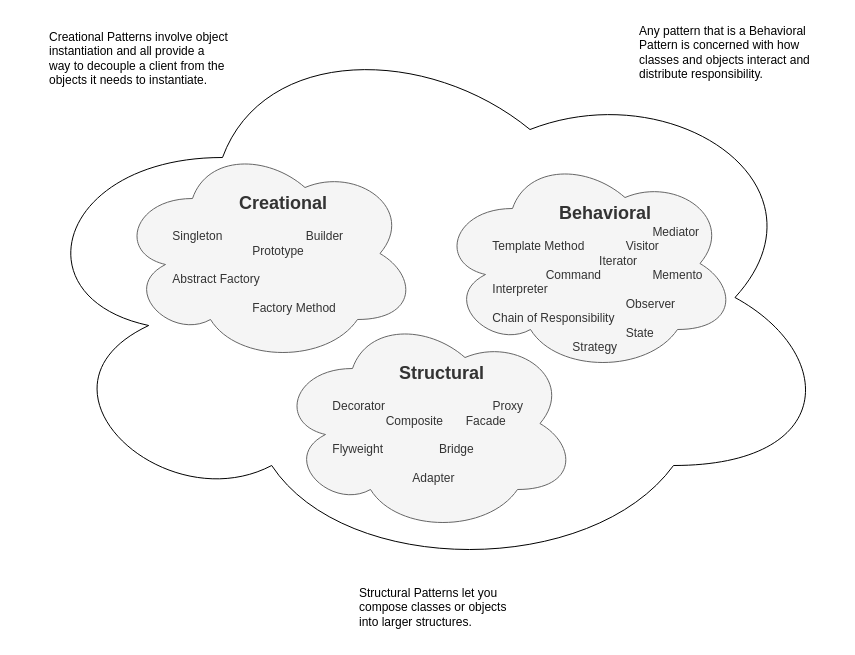
The draw.io diagram head-first-design-patterns/diagrams/00_01_design_pattern_category.drawio in huyurt/book-summary, before the edit. Source tidied: cells renumbered, new cells numbered last; positions are measured from the earlier drawing's top-left corner, leaving out a move shared by most shapes. Both pictures are drawn from the tidied source at 100%, with x=0, y=0 at pixel (17, 17).
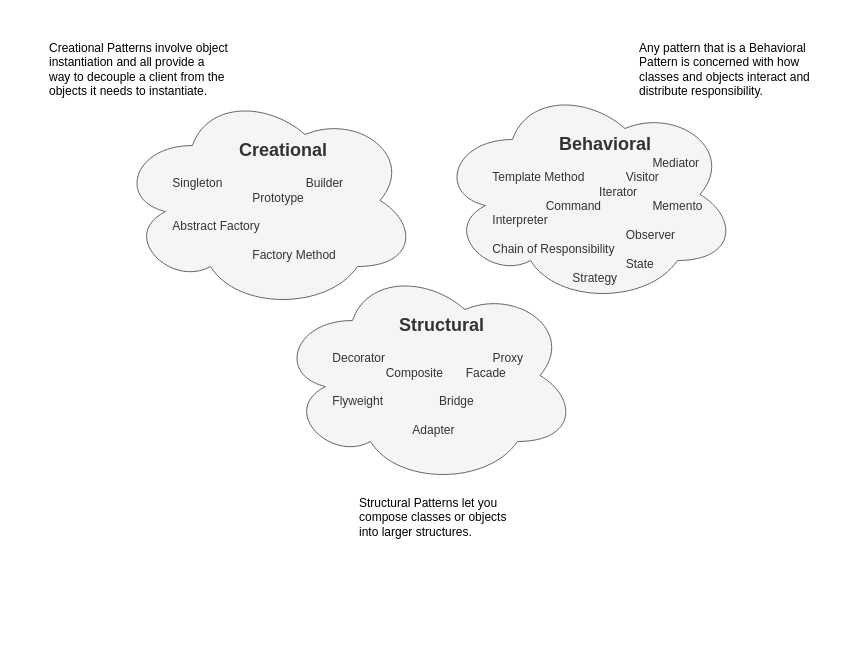
The same page after the edit.

What changed in the source:
```diff
@@
 <mxGraphModel>
   <root>
     <mxCell id="0" />
     <mxCell id="1" parent="0" />
-    <mxCell id="2" style="ellipse;shape=cloud;whiteSpace=wrap;html=1;fontSize=12;" parent="1" vertex="1">
-      <mxGeometry width="820" height="560" as="geometry" />
-    </mxCell>
     <mxCell id="3" value="&lt;br&gt;&lt;br&gt;&lt;br&gt;&lt;font style=&quot;&quot;&gt;&lt;b style=&quot;&quot;&gt;&lt;font style=&quot;font-size: 18px;&quot;&gt;&lt;span style=&quot;white-space: pre;&quot;&gt;&#9;&lt;/span&gt;&lt;span style=&quot;white-space: pre;&quot;&gt;&#9;&lt;/span&gt;&lt;span style=&quot;white-space: pre;&quot;&gt;&#9;&lt;/span&gt;Creational&lt;/font&gt;&lt;/b&gt;&lt;br&gt;&lt;br&gt;&lt;div style=&quot;&quot;&gt;&lt;span style=&quot;white-space: pre;&quot;&gt;&#9;&lt;/span&gt;&lt;span style=&quot;white-space: pre;&quot;&gt;&#9;&lt;/span&gt;Singleton&lt;span style=&quot;white-space: pre;&quot;&gt;&#9;&lt;/span&gt;&lt;span style=&quot;white-space: pre;&quot;&gt;&#9;&lt;/span&gt;&lt;span style=&quot;white-space: pre;&quot;&gt;&#9;&lt;/span&gt;&lt;span style=&quot;white-space: pre;&quot;&gt;&#9;&lt;/span&gt;Builder&lt;br&gt;&lt;/div&gt;&lt;div style=&quot;&quot;&gt;&lt;span style=&quot;white-space: pre;&quot;&gt;&#9;&lt;/span&gt;&lt;span style=&quot;white-space: pre;&quot;&gt;&#9;&lt;/span&gt;&lt;span style=&quot;white-space: pre;&quot;&gt;&#9;&lt;/span&gt;&lt;span style=&quot;white-space: pre;&quot;&gt;&#9;&lt;/span&gt;&lt;span style=&quot;white-space: pre;&quot;&gt;&#9;&lt;/span&gt;Prototype&lt;br&gt;&lt;/div&gt;&lt;div style=&quot;&quot;&gt;&lt;br&gt;&lt;/div&gt;&lt;div style=&quot;&quot;&gt;&lt;span style=&quot;white-space: pre;&quot;&gt;&#9;&lt;/span&gt;&lt;span style=&quot;white-space: pre;&quot;&gt;&#9;&lt;/span&gt;Abstract Factory&lt;br&gt;&lt;/div&gt;&lt;div style=&quot;&quot;&gt;&lt;br&gt;&lt;/div&gt;&lt;div style=&quot;&quot;&gt;&lt;span style=&quot;white-space: pre;&quot;&gt;&#9;&lt;/span&gt;&lt;span style=&quot;white-space: pre;&quot;&gt;&#9;&lt;/span&gt;&lt;span style=&quot;white-space: pre;&quot;&gt;&#9;&lt;/span&gt;&lt;span style=&quot;white-space: pre;&quot;&gt;&#9;&lt;/span&gt;&lt;span style=&quot;white-space: pre;&quot;&gt;&#9;&lt;/span&gt;Factory Method&lt;br&gt;&lt;/div&gt;&lt;/font&gt;" style="ellipse;shape=cloud;whiteSpace=wrap;html=1;fillColor=#f5f5f5;fontColor=#333333;strokeColor=#666666;verticalAlign=top;align=left;" parent="1" vertex="1">
-      <mxGeometry x="100" y="126" width="300" height="220" as="geometry" />
+      <mxGeometry x="100" y="73" width="300" height="220" as="geometry" />
     </mxCell>
     <mxCell id="4" value="&lt;br&gt;&lt;br&gt;&lt;br&gt;&lt;font style=&quot;&quot;&gt;&lt;b style=&quot;&quot;&gt;&lt;font style=&quot;font-size: 18px;&quot;&gt;&lt;span style=&quot;white-space: pre;&quot;&gt;&#9;&lt;/span&gt;&lt;span style=&quot;white-space: pre;&quot;&gt;&#9;&lt;/span&gt;&lt;span style=&quot;white-space: pre;&quot;&gt;&#9;&lt;/span&gt;Behavioral&lt;/font&gt;&lt;/b&gt;&lt;br&gt;&lt;span style=&quot;white-space: pre;&quot;&gt;&#9;&lt;/span&gt;&lt;span style=&quot;white-space: pre;&quot;&gt;&#9;&lt;/span&gt;&lt;span style=&quot;white-space: pre;&quot;&gt;&#9;&lt;/span&gt;&lt;span style=&quot;white-space: pre;&quot;&gt;&#9;&lt;/span&gt;&lt;span style=&quot;white-space: pre;&quot;&gt;&#9;&lt;/span&gt;&lt;span style=&quot;white-space: pre;&quot;&gt;&#9;&lt;/span&gt;&lt;span style=&quot;white-space: pre;&quot;&gt;&#9;&lt;/span&gt;&lt;span style=&quot;white-space: pre;&quot;&gt;&#9;&lt;/span&gt;Mediator&lt;br&gt;&lt;div style=&quot;&quot;&gt;&lt;span style=&quot;white-space: pre;&quot;&gt;&#9;&lt;/span&gt;&lt;span style=&quot;white-space: pre;&quot;&gt;&#9;&lt;/span&gt;Template Method&lt;span style=&quot;white-space: pre;&quot;&gt;&#9;&lt;/span&gt;&lt;span style=&quot;white-space: pre;&quot;&gt;&#9;&lt;/span&gt;Visitor&lt;br&gt;&lt;/div&gt;&lt;div style=&quot;&quot;&gt;&lt;span style=&quot;white-space: pre;&quot;&gt;&#9;&lt;/span&gt;&lt;span style=&quot;white-space: pre;&quot;&gt;&#9;&lt;/span&gt;&lt;span style=&quot;white-space: pre;&quot;&gt;&#9;&lt;/span&gt;&lt;span style=&quot;white-space: pre;&quot;&gt;&#9;&lt;/span&gt;&lt;span style=&quot;white-space: pre;&quot;&gt;&#9;&lt;span style=&quot;white-space: pre;&quot;&gt;&#9;&lt;/span&gt;I&lt;/span&gt;terator&lt;br&gt;&lt;/div&gt;&lt;div style=&quot;&quot;&gt;&lt;span style=&quot;white-space: pre;&quot;&gt;&#9;&lt;/span&gt;&lt;span style=&quot;white-space: pre;&quot;&gt;&#9;&lt;/span&gt;&lt;span style=&quot;white-space: pre;&quot;&gt;&#9;&lt;/span&gt;&lt;span style=&quot;white-space: pre;&quot;&gt;&#9;&lt;/span&gt;Command&lt;span style=&quot;white-space: pre;&quot;&gt;&#9;&lt;/span&gt;&lt;span style=&quot;white-space: pre;&quot;&gt;&#9;&lt;/span&gt;Memento&lt;br&gt;&lt;/div&gt;&lt;div style=&quot;&quot;&gt;&lt;span style=&quot;white-space: pre;&quot;&gt;&#9;&lt;/span&gt;&lt;span style=&quot;white-space: pre;&quot;&gt;&#9;&lt;/span&gt;Interpreter&lt;br&gt;&lt;/div&gt;&lt;div style=&quot;&quot;&gt;&lt;span style=&quot;white-space: pre;&quot;&gt;&#9;&lt;/span&gt;&lt;span style=&quot;white-space: pre;&quot;&gt;&#9;&lt;/span&gt;&lt;span style=&quot;white-space: pre;&quot;&gt;&#9;&lt;/span&gt;&lt;span style=&quot;white-space: pre;&quot;&gt;&#9;&lt;/span&gt;&lt;span style=&quot;white-space: pre;&quot;&gt;&#9;&lt;/span&gt;&lt;span style=&quot;white-space: pre;&quot;&gt;&#9;&lt;/span&gt;&lt;span style=&quot;white-space: pre;&quot;&gt;&#9;&lt;/span&gt;Observer&lt;br&gt;&lt;/div&gt;&lt;div style=&quot;&quot;&gt;&lt;span style=&quot;white-space: pre;&quot;&gt;&#9;&lt;/span&gt;&lt;span style=&quot;white-space: pre;&quot;&gt;&#9;&lt;/span&gt;Chain of Responsibility&lt;br&gt;&lt;/div&gt;&lt;div style=&quot;&quot;&gt;&lt;span style=&quot;white-space: pre;&quot;&gt;&#9;&lt;/span&gt;&lt;span style=&quot;white-space: pre;&quot;&gt;&#9;&lt;/span&gt;&lt;span style=&quot;white-space: pre;&quot;&gt;&#9;&lt;/span&gt;&lt;span style=&quot;white-space: pre;&quot;&gt;&#9;&lt;/span&gt;&lt;span style=&quot;white-space: pre;&quot;&gt;&#9;&lt;/span&gt;&lt;span style=&quot;white-space: pre;&quot;&gt;&#9;&lt;/span&gt;&lt;span style=&quot;white-space: pre;&quot;&gt;&#9;&lt;/span&gt;State&lt;br&gt;&lt;/div&gt;&lt;div style=&quot;&quot;&gt;&lt;span style=&quot;white-space: pre;&quot;&gt;&#9;&lt;/span&gt;&lt;span style=&quot;white-space: pre;&quot;&gt;&#9;&lt;/span&gt;&lt;span style=&quot;white-space: pre;&quot;&gt;&#9;&lt;/span&gt;&lt;span style=&quot;white-space: pre;&quot;&gt;&#9;&lt;/span&gt;&lt;span style=&quot;white-space: pre;&quot;&gt;&#9;&lt;/span&gt;Strategy&lt;br&gt;&lt;/div&gt;&lt;/font&gt;" style="ellipse;shape=cloud;whiteSpace=wrap;html=1;fillColor=#f5f5f5;fontColor=#333333;strokeColor=#666666;verticalAlign=top;align=left;" parent="1" vertex="1">
-      <mxGeometry x="420" y="136" width="300" height="220" as="geometry" />
+      <mxGeometry x="420" y="67" width="300" height="220" as="geometry" />
     </mxCell>
     <mxCell id="5" value="&lt;br&gt;&lt;br&gt;&lt;br&gt;&lt;font style=&quot;&quot;&gt;&lt;b style=&quot;&quot;&gt;&lt;font style=&quot;font-size: 18px;&quot;&gt;&lt;span style=&quot;white-space: pre;&quot;&gt;&#9;&lt;/span&gt;&lt;span style=&quot;white-space: pre;&quot;&gt;&#9;&lt;/span&gt;&lt;span style=&quot;white-space: pre;&quot;&gt;&#9;&lt;/span&gt;Structural&lt;/font&gt;&lt;/b&gt;&lt;br&gt;&lt;br&gt;&lt;div style=&quot;&quot;&gt;&lt;span style=&quot;white-space: pre;&quot;&gt;&#9;&lt;/span&gt;&lt;span style=&quot;white-space: pre;&quot;&gt;&#9;&lt;/span&gt;Decorator&lt;span style=&quot;white-space: pre;&quot;&gt;&#9;&lt;/span&gt;&lt;span style=&quot;white-space: pre;&quot;&gt;&#9;&lt;/span&gt;&lt;span style=&quot;white-space: pre;&quot;&gt;&#9;&lt;/span&gt;&lt;span style=&quot;white-space: pre;&quot;&gt;&#9;&lt;/span&gt;Proxy&lt;br&gt;&lt;/div&gt;&lt;div style=&quot;&quot;&gt;&lt;span style=&quot;white-space: pre;&quot;&gt;&#9;&lt;/span&gt;&lt;span style=&quot;white-space: pre;&quot;&gt;&#9;&lt;/span&gt;&lt;span style=&quot;white-space: pre;&quot;&gt;&#9;&lt;/span&gt;&lt;span style=&quot;white-space: pre;&quot;&gt;&#9;&lt;/span&gt;Composite&lt;span style=&quot;white-space: pre;&quot;&gt;&#9;&lt;/span&gt;Facade&lt;br&gt;&lt;/div&gt;&lt;div style=&quot;&quot;&gt;&lt;br&gt;&lt;/div&gt;&lt;div style=&quot;&quot;&gt;&lt;span style=&quot;white-space: pre;&quot;&gt;&#9;&lt;/span&gt;&lt;span style=&quot;white-space: pre;&quot;&gt;&#9;&lt;/span&gt;Flyweight&lt;span style=&quot;white-space: pre;&quot;&gt;&#9;&lt;/span&gt;&lt;span style=&quot;white-space: pre;&quot;&gt;&#9;&lt;/span&gt;&lt;span style=&quot;white-space: pre;&quot;&gt;&#9;&lt;/span&gt;Bridge&lt;br&gt;&lt;/div&gt;&lt;div style=&quot;&quot;&gt;&lt;br&gt;&lt;/div&gt;&lt;div style=&quot;&quot;&gt;&lt;span style=&quot;white-space: pre;&quot;&gt;&#9;&lt;/span&gt;&lt;span style=&quot;white-space: pre;&quot;&gt;&#9;&lt;/span&gt;&lt;span style=&quot;white-space: pre;&quot;&gt;&#9;&lt;/span&gt;&lt;span style=&quot;white-space: pre;&quot;&gt;&#9;&lt;span style=&quot;white-space: pre;&quot;&gt;&#9;&lt;/span&gt;&lt;/span&gt;Adapter&lt;br&gt;&lt;/div&gt;&lt;/font&gt;" style="ellipse;shape=cloud;whiteSpace=wrap;html=1;fillColor=#f5f5f5;fontColor=#333333;strokeColor=#666666;verticalAlign=top;align=left;" parent="1" vertex="1">
-      <mxGeometry x="260" y="296" width="300" height="220" as="geometry" />
+      <mxGeometry x="260" y="248" width="300" height="220" as="geometry" />
     </mxCell>
     <mxCell id="6" value="Creational Patterns involve object&#10;instantiation and all provide a&#10;way to decouple a client from the&#10;objects it needs to instantiate." style="text;html=1;align=left;verticalAlign=middle;strokeColor=none;fillColor=none;fontSize=12;" parent="1" vertex="1">
-      <mxGeometry x="30" y="6" width="200" height="70" as="geometry" />
+      <mxGeometry x="30" y="17" width="200" height="70" as="geometry" />
     </mxCell>
     <mxCell id="7" value="&lt;div&gt;Any pattern that is a Behavioral&lt;/div&gt;&lt;div&gt;Pattern is concerned with how&lt;/div&gt;&lt;div&gt;classes and objects interact and&lt;/div&gt;&lt;div&gt;distribute responsibility.&lt;/div&gt;" style="text;html=1;align=left;verticalAlign=middle;strokeColor=none;fillColor=none;fontSize=12;" parent="1" vertex="1">
-      <mxGeometry x="620" width="190" height="70" as="geometry" />
+      <mxGeometry x="620" y="17" width="190" height="70" as="geometry" />
     </mxCell>
     <mxCell id="8" value="&lt;div&gt;Structural Patterns let you&lt;/div&gt;&lt;div&gt;compose classes or objects&lt;/div&gt;&lt;div&gt;into larger structures.&lt;/div&gt;" style="text;html=1;align=left;verticalAlign=middle;strokeColor=none;fillColor=none;fontSize=12;" parent="1" vertex="1">
-      <mxGeometry x="340" y="560" width="170" height="60" as="geometry" />
+      <mxGeometry x="340" y="470" width="170" height="60" as="geometry" />
     </mxCell>
   </root>
 </mxGraphModel>
```
